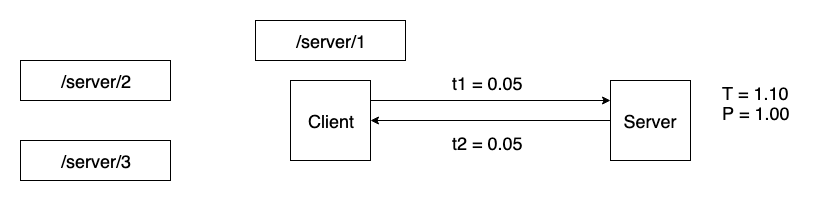
saurabh-hirani/slides keeps this draw.io diagram as decks/grequests-https-talk/images/python-requests-flow-4.png. Above is the earlier version. Source tidied: cells renumbered, new cells last; positions are measured from the earlier drawing's top-left corner, leaving out a move shared by most shapes. Its diagram source:
```xml
<mxGraphModel>
  <root>
    <mxCell id="0" />
    <mxCell id="1" parent="0" />
    <mxCell id="2" value="&lt;span style=&quot;white-space: normal&quot;&gt;&lt;font style=&quot;font-size: 18px&quot;&gt;/server/1&lt;/font&gt;&lt;/span&gt;" style="rounded=0;whiteSpace=wrap;html=1;" parent="1" vertex="1">
      <mxGeometry x="235" width="150" height="40" as="geometry" />
    </mxCell>
    <mxCell id="3" value="&lt;span style=&quot;white-space: normal&quot;&gt;&lt;font style=&quot;font-size: 18px&quot;&gt;/server/2&lt;/font&gt;&lt;/span&gt;" style="rounded=0;whiteSpace=wrap;html=1;" parent="1" vertex="1">
      <mxGeometry y="40" width="150" height="40" as="geometry" />
    </mxCell>
    <mxCell id="4" value="&lt;span style=&quot;white-space: normal&quot;&gt;&lt;font style=&quot;font-size: 18px&quot;&gt;/server/3&lt;/font&gt;&lt;/span&gt;" style="rounded=0;whiteSpace=wrap;html=1;" parent="1" vertex="1">
      <mxGeometry y="120" width="150" height="40" as="geometry" />
    </mxCell>
    <mxCell id="5" value="&lt;font style=&quot;font-size: 18px&quot;&gt;Client&lt;/font&gt;" style="whiteSpace=wrap;html=1;" parent="1" vertex="1">
      <mxGeometry x="270" y="60" width="80" height="80" as="geometry" />
    </mxCell>
    <mxCell id="6" style="edgeStyle=orthogonalEdgeStyle;rounded=0;jettySize=auto;html=1;exitX=0;exitY=0.5;exitDx=0;exitDy=0;entryX=1;entryY=0.5;entryDx=0;entryDy=0;" parent="1" edge="1" source="7" target="5">
      <mxGeometry relative="1" as="geometry" />
    </mxCell>
    <mxCell id="7" value="&lt;font style=&quot;font-size: 18px&quot;&gt;Server&lt;/font&gt;" style="whiteSpace=wrap;html=1;" parent="1" vertex="1">
      <mxGeometry x="590" y="60" width="80" height="80" as="geometry" />
    </mxCell>
    <mxCell id="8" style="endArrow=classic;html=1;exitX=1;exitY=0.25;exitDx=0;exitDy=0;entryX=0;entryY=0.25;entryDx=0;entryDy=0;" parent="1" edge="1" source="5" target="7">
      <mxGeometry relative="1" as="geometry" />
    </mxCell>
    <mxCell id="9" value="&lt;font style=&quot;font-size: 18px&quot;&gt;t1 = 0.05&lt;/font&gt;" style="text;html=1;align=left;verticalAlign=top;spacingTop=-4;" parent="1" vertex="1">
      <mxGeometry x="430" y="50" width="90" height="20" as="geometry" />
    </mxCell>
    <mxCell id="10" value="&lt;font style=&quot;font-size: 18px&quot;&gt;T = 1.10&lt;/font&gt;" style="text;html=1;align=left;verticalAlign=top;spacingTop=-4;" parent="1" vertex="1">
      <mxGeometry x="700" y="60" width="80" height="20" as="geometry" />
    </mxCell>
    <mxCell id="11" value="&lt;font style=&quot;font-size: 18px&quot;&gt;P = 1.00&lt;/font&gt;" style="text;html=1;align=left;verticalAlign=top;spacingTop=-4;" parent="1" vertex="1">
      <mxGeometry x="700" y="80" width="80" height="20" as="geometry" />
    </mxCell>
    <mxCell id="12" value="&lt;font style=&quot;font-size: 18px&quot;&gt;t2 = 0.05&lt;/font&gt;" style="text;html=1;align=left;verticalAlign=top;spacingTop=-4;" parent="1" vertex="1">
      <mxGeometry x="430" y="110" width="90" height="20" as="geometry" />
    </mxCell>
  </root>
</mxGraphModel>
```
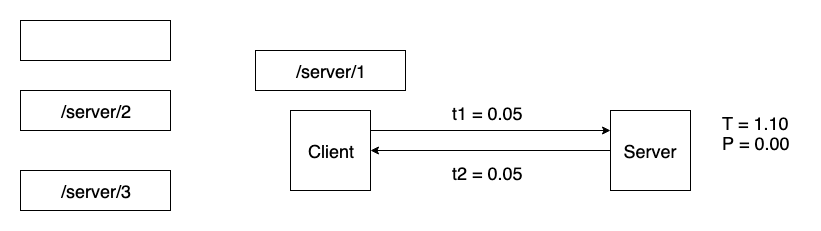
After the change.

What changed in the source:
```diff
@@ -29,11 +29,14 @@
     <mxCell id="10" value="&lt;font style=&quot;font-size: 18px&quot;&gt;T = 1.10&lt;/font&gt;" style="text;html=1;align=left;verticalAlign=top;spacingTop=-4;" parent="1" vertex="1">
       <mxGeometry x="700" y="60" width="80" height="20" as="geometry" />
     </mxCell>
-    <mxCell id="11" value="&lt;font style=&quot;font-size: 18px&quot;&gt;P = 1.00&lt;/font&gt;" style="text;html=1;align=left;verticalAlign=top;spacingTop=-4;" parent="1" vertex="1">
+    <mxCell id="11" value="&lt;font style=&quot;font-size: 18px&quot;&gt;P = 0.00&lt;/font&gt;" style="text;html=1;align=left;verticalAlign=top;spacingTop=-4;" parent="1" vertex="1">
       <mxGeometry x="700" y="80" width="80" height="20" as="geometry" />
     </mxCell>
     <mxCell id="12" value="&lt;font style=&quot;font-size: 18px&quot;&gt;t2 = 0.05&lt;/font&gt;" style="text;html=1;align=left;verticalAlign=top;spacingTop=-4;" parent="1" vertex="1">
       <mxGeometry x="430" y="110" width="90" height="20" as="geometry" />
     </mxCell>
+    <mxCell id="13" style="rounded=0;whiteSpace=wrap;html=1;" parent="1" vertex="1">
+      <mxGeometry y="-30" width="150" height="40" as="geometry" />
+    </mxCell>
   </root>
 </mxGraphModel>
```
